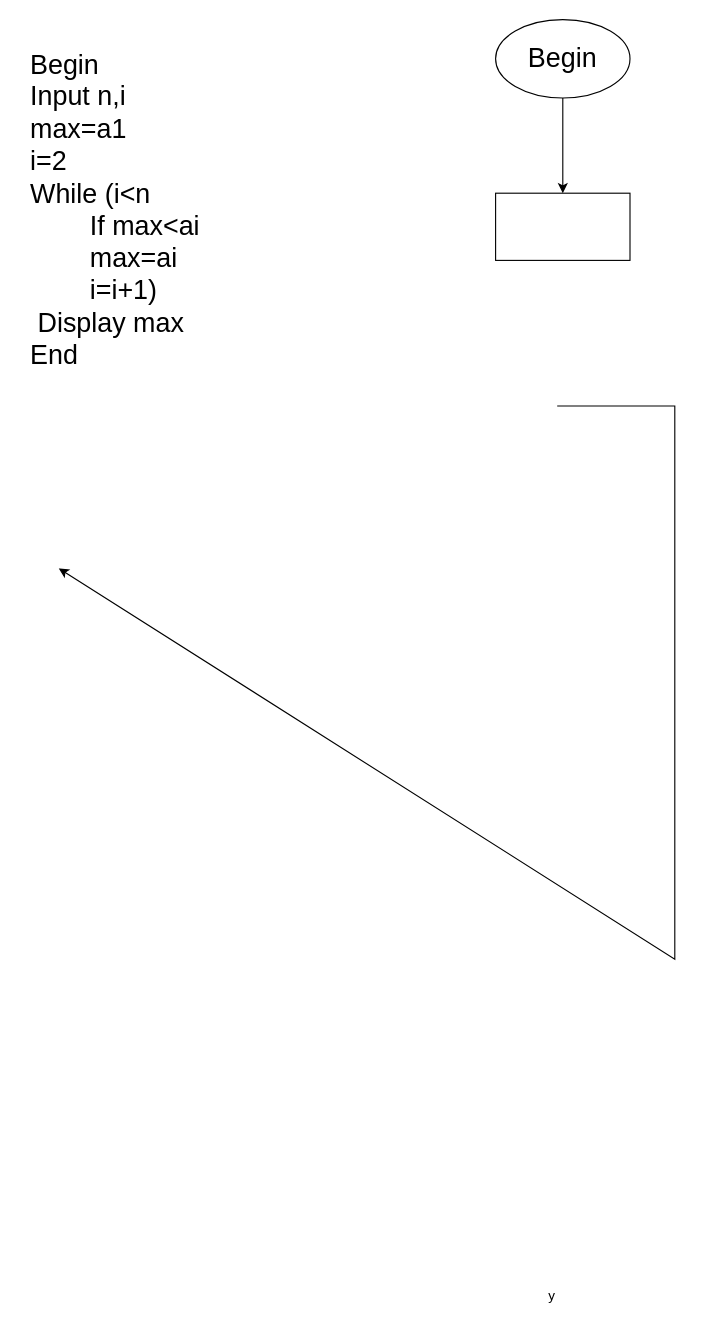
The draw.io diagram C0922G1-LeDinhHau/ss2_code_org/Thuc_hanh/bai_giatrilonnhat.drawio in Hau67/Co922G1_LEDINHHAU, before the edit. Source tidied: cells renumbered, new cells numbered last; positions are measured from the earlier drawing's top-left corner, leaving out a move shared by most shapes. Both pictures are drawn from the tidied source at 112%, with x=0, y=0 at pixel (19, 19).
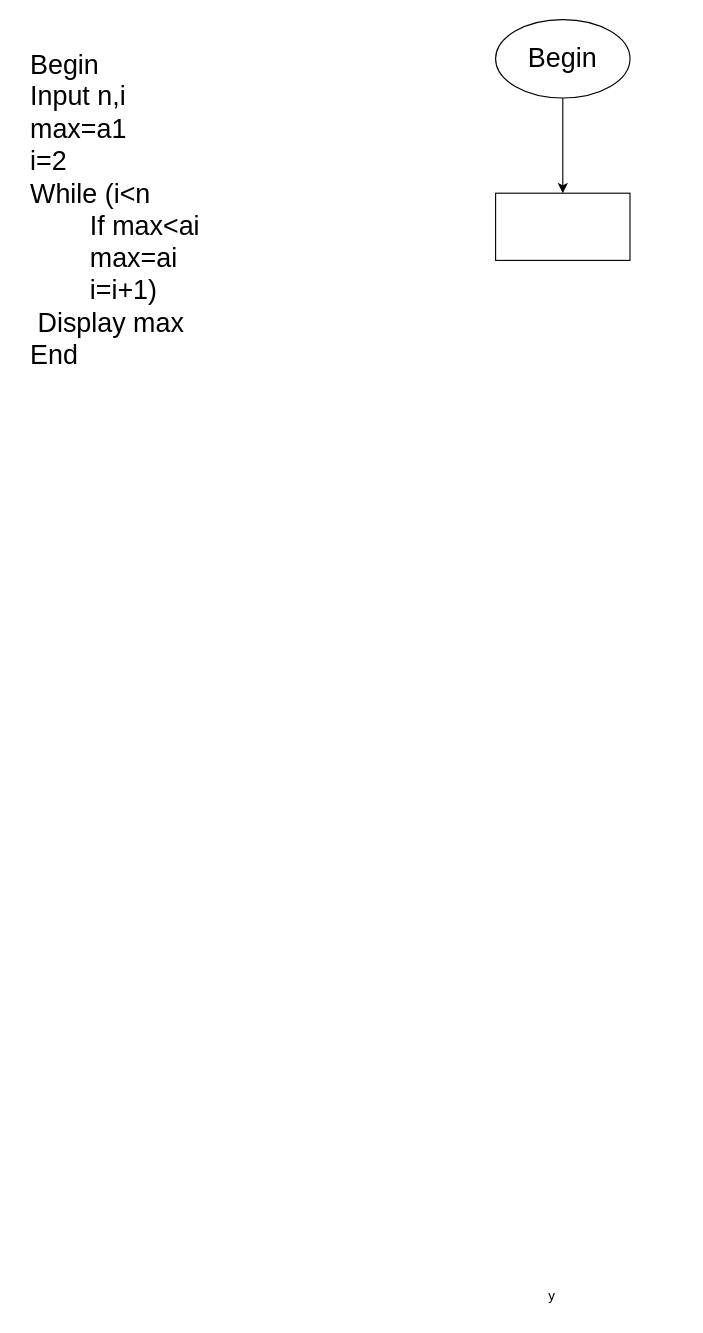
After the change.

Change to the diagram source:
```diff
@@
 <mxGraphModel>
   <root>
     <mxCell id="0" />
     <mxCell id="1" parent="0" />
     <mxCell id="2" style="edgeStyle=orthogonalEdgeStyle;rounded=0;jettySize=auto;html=1;fontSize=24;" parent="1" edge="1" source="3" target="7">
       <mxGeometry relative="1" as="geometry" />
     </mxCell>
     <mxCell id="3" value="Begin" style="ellipse;whiteSpace=wrap;html=1;fontSize=24;" parent="1" vertex="1">
       <mxGeometry x="425" width="120" height="70" as="geometry" />
     </mxCell>
     <mxCell id="4" value="y" style="text;html=1;align=center;verticalAlign=middle;fillColor=none;strokeColor=none;rounded=0;" parent="1" vertex="1">
       <mxGeometry x="460" y="1125" width="30" height="30" as="geometry" />
     </mxCell>
-    <mxCell id="5" style="endArrow=classic;html=1;rounded=0;exitX=1;exitY=0.5;exitDx=0;exitDy=0;entryX=1;entryY=0.5;entryDx=0;entryDy=0;" parent="1" edge="1">
-      <mxGeometry relative="1" as="geometry">
-        <mxPoint x="480" y="345" as="sourcePoint" />
-        <mxPoint x="35" y="490" as="targetPoint" />
-        <Array as="points">
-          <mxPoint x="585" y="345" />
-          <mxPoint x="585" y="839" />
-        </Array>
-      </mxGeometry>
-    </mxCell>
     <mxCell id="6" value="&lt;div style=&quot;text-align: left;&quot;&gt;&lt;span style=&quot;font-size: 24px; background-color: initial;&quot;&gt;Begin&lt;/span&gt;&lt;/div&gt;&lt;div style=&quot;font-size: 24px; text-align: left;&quot;&gt;&lt;span style=&quot;background-color: initial;&quot;&gt;Input n,i&lt;/span&gt;&lt;/div&gt;&lt;div style=&quot;font-size: 24px; text-align: left;&quot;&gt;&lt;span style=&quot;background-color: initial;&quot;&gt;max=a1&lt;/span&gt;&lt;/div&gt;&lt;div style=&quot;font-size: 24px; text-align: left;&quot;&gt;&lt;span style=&quot;background-color: initial;&quot;&gt;i=2&lt;/span&gt;&lt;/div&gt;&lt;div style=&quot;font-size: 24px; text-align: left;&quot;&gt;&lt;span style=&quot;background-color: initial;&quot;&gt;While (i&amp;lt;n&amp;nbsp;&lt;/span&gt;&lt;/div&gt;&lt;span style=&quot;font-size: 24px; white-space: pre;&quot;&gt;&lt;div style=&quot;text-align: left;&quot;&gt;&lt;span style=&quot;background-color: initial;&quot;&gt;&#9;&lt;/span&gt;&lt;span style=&quot;background-color: initial; white-space: nowrap;&quot;&gt;If max&amp;lt;ai&lt;/span&gt;&lt;/div&gt;&lt;/span&gt;&lt;div style=&quot;font-size: 24px; text-align: left;&quot;&gt;&lt;span style=&quot;background-color: initial;&quot;&gt;&lt;span style=&quot;white-space: pre;&quot;&gt;&#9;&lt;/span&gt;max=ai&lt;/span&gt;&lt;/div&gt;&lt;div style=&quot;font-size: 24px; text-align: left;&quot;&gt;&lt;span style=&quot;background-color: initial;&quot;&gt;&lt;span style=&quot;white-space: pre;&quot;&gt;&#9;&lt;/span&gt;i=i+1)&lt;/span&gt;&lt;/div&gt;&lt;div style=&quot;font-size: 24px; text-align: left;&quot;&gt;&lt;span style=&quot;background-color: initial;&quot;&gt;&amp;nbsp;Display max&lt;/span&gt;&lt;br&gt;&lt;/div&gt;&lt;div style=&quot;font-size: 24px; text-align: left;&quot;&gt;&lt;span style=&quot;background-color: initial;&quot;&gt;End&lt;/span&gt;&lt;/div&gt;" style="text;html=1;align=center;verticalAlign=middle;strokeColor=none;fillColor=none;" parent="1" vertex="1">
       <mxGeometry y="20" width="170" height="300" as="geometry" />
     </mxCell>
     <mxCell id="7" style="whiteSpace=wrap;html=1;fontSize=24;" parent="1" vertex="1">
       <mxGeometry x="425" y="155" width="120" height="60" as="geometry" />
     </mxCell>
   </root>
 </mxGraphModel>
```
